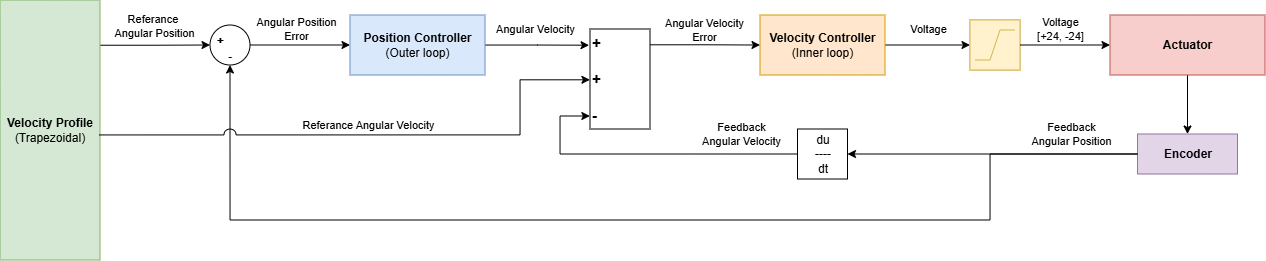
This is DrawIO/Cascade.png from Logical05/Studio_1_DoF, a draw.io export, as it was before one commit. Source tidied: cells renumbered, new cells last; positions are measured from the earlier drawing's top-left corner, leaving out a move shared by most shapes.
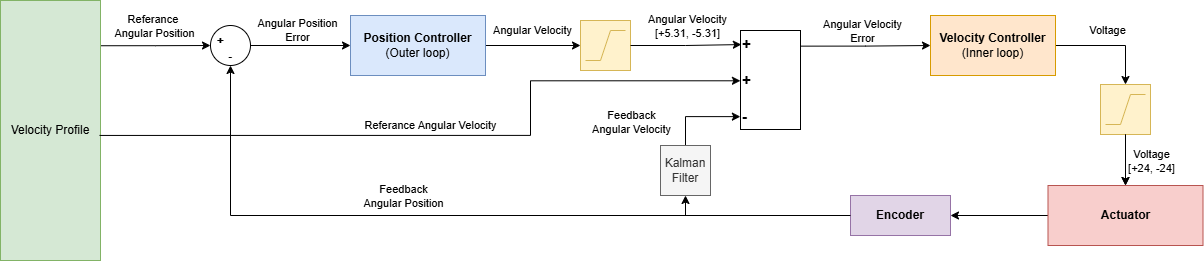
The same diagram one commit later.

The edit, as a diff of the source:
```diff
@@ -10,7 +10,7 @@
         <mxPoint x="14" y="-21" as="offset" />
       </mxGeometry>
     </mxCell>
-    <mxCell id="4" value="&lt;span style=&quot;background-color: transparent; color: light-dark(rgb(0, 0, 0), rgb(255, 255, 255));&quot;&gt;&lt;b&gt;Velocity Profile&lt;/b&gt; (Trapezoidal)&lt;/span&gt;" style="rounded=0;whiteSpace=wrap;html=1;fillColor=#d5e8d4;strokeColor=#82b366;" parent="1" vertex="1">
+    <mxCell id="4" value="Velocity Profile" style="rounded=0;whiteSpace=wrap;html=1;fillColor=#d5e8d4;strokeColor=#82b366;" parent="1" vertex="1">
       <mxGeometry width="100" height="260" as="geometry" />
     </mxCell>
     <mxCell id="5" style="edgeStyle=orthogonalEdgeStyle;rounded=0;jettySize=auto;html=1;" parent="1" edge="1" source="7" target="10">
@@ -24,7 +24,7 @@
     <mxCell id="7" value="+&lt;span style=&quot;white-space: pre;&quot;&gt;&#9;&lt;/span&gt;&lt;div&gt;-&lt;/div&gt;" style="ellipse;whiteSpace=wrap;html=1;verticalAlign=bottom;fontStyle=1;fontSize=12;labelPosition=center;verticalLabelPosition=middle;align=center;" parent="1" vertex="1">
       <mxGeometry x="210" y="25" width="40" height="40" as="geometry" />
     </mxCell>
-    <mxCell id="8" style="edgeStyle=orthogonalEdgeStyle;rounded=0;jettySize=auto;html=1;entryX=-0.016;entryY=0.162;entryDx=0;entryDy=0;entryPerimeter=0;" parent="1" edge="1" source="10" target="32">
+    <mxCell id="8" style="edgeStyle=orthogonalEdgeStyle;rounded=0;jettySize=auto;html=1;entryX=0;entryY=0.5;entryDx=0;entryDy=0;" parent="1" edge="1" source="10" target="36">
       <mxGeometry relative="1" as="geometry" />
     </mxCell>
     <mxCell id="9" value="Angular&amp;nbsp;Velocity" style="edgeLabel;html=1;align=center;verticalAlign=middle;" parent="8" vertex="1">
@@ -44,7 +44,7 @@
       </mxGeometry>
     </mxCell>
     <mxCell id="13" value="&lt;b&gt;Velocity Controller&lt;/b&gt;&lt;div&gt;(Inner loop)&lt;b&gt;&lt;/b&gt;&lt;/div&gt;" style="rounded=0;whiteSpace=wrap;html=1;fillColor=#ffe6cc;strokeColor=#d79b00;" parent="1" vertex="1">
-      <mxGeometry x="760" y="15" width="125" height="60" as="geometry" />
+      <mxGeometry x="930" y="15" width="125" height="60" as="geometry" />
     </mxCell>
     <mxCell id="14" style="edgeStyle=orthogonalEdgeStyle;rounded=0;jettySize=auto;html=1;exitX=0.981;exitY=0.158;exitDx=0;exitDy=0;exitPerimeter=0;" parent="1" edge="1" source="32" target="13">
       <mxGeometry relative="1" as="geometry" />
@@ -57,11 +57,8 @@
     <mxCell id="16" style="edgeStyle=orthogonalEdgeStyle;rounded=0;jettySize=auto;html=1;" parent="1" edge="1" source="17" target="26">
       <mxGeometry relative="1" as="geometry" />
     </mxCell>
-    <mxCell id="17" value="&lt;b&gt;Actuator&lt;/b&gt;" style="rounded=0;whiteSpace=wrap;html=1;fillColor=#f8cecc;strokeColor=#b85450;" parent="1" vertex="1">
-      <mxGeometry x="1110" y="15" width="155" height="60" as="geometry" />
-    </mxCell>
     <mxCell id="18" style="group;fillColor=#fff2cc;strokeColor=#d6b656;" parent="1" vertex="1">
-      <mxGeometry x="970" y="20" width="50" height="50" as="geometry" />
+      <mxGeometry x="1100" y="84" width="50" height="50" as="geometry" />
     </mxCell>
     <mxCell id="19" style="whiteSpace=wrap;html=1;fillColor=#fff2cc;strokeColor=#d6b656;" parent="18" vertex="1">
       <mxGeometry width="50" height="50" as="geometry" />
@@ -86,53 +83,35 @@
     </mxCell>
     <mxCell id="24" value="Voltage&lt;br&gt;[+24, -24]" style="edgeLabel;html=1;align=center;verticalAlign=middle;" parent="23" vertex="1">
       <mxGeometry x="-0.12" y="-2" relative="1" as="geometry">
-        <mxPoint y="-18" as="offset" />
+        <mxPoint x="27" y="3" as="offset" />
       </mxGeometry>
     </mxCell>
     <mxCell id="25" style="edgeStyle=orthogonalEdgeStyle;rounded=0;jettySize=auto;html=1;entryX=0.5;entryY=1;entryDx=0;entryDy=0;" parent="1" edge="1" source="26" target="29">
       <mxGeometry relative="1" as="geometry" />
     </mxCell>
     <mxCell id="26" value="&lt;b&gt;Encoder&lt;/b&gt;" style="rounded=0;whiteSpace=wrap;html=1;direction=west;fillColor=#e1d5e7;strokeColor=#9673a6;" parent="1" vertex="1">
-      <mxGeometry x="1137.5" y="134" width="100" height="40" as="geometry" />
+      <mxGeometry x="850" y="195" width="100" height="40" as="geometry" />
     </mxCell>
     <mxCell id="27" style="edgeStyle=orthogonalEdgeStyle;rounded=0;jettySize=auto;html=1;entryX=-0.002;entryY=0.87;entryDx=0;entryDy=0;entryPerimeter=0;" parent="1" edge="1" source="29" target="32">
       <mxGeometry relative="1" as="geometry">
         <Array as="points">
-          <mxPoint x="560" y="154" />
-          <mxPoint x="560" y="116" />
+          <mxPoint x="685" y="116" />
         </Array>
       </mxGeometry>
     </mxCell>
     <mxCell id="28" value="Feedback&lt;br&gt;Angular Velocity" style="edgeLabel;html=1;align=center;verticalAlign=middle;" parent="27" vertex="1">
       <mxGeometry x="-0.46" y="-3" relative="1" as="geometry">
-        <mxPoint x="25" y="-17" as="offset" />
+        <mxPoint x="-58" y="-2" as="offset" />
       </mxGeometry>
     </mxCell>
-    <mxCell id="29" value="du&lt;div&gt;----&lt;/div&gt;&lt;div&gt;dt&lt;/div&gt;" style="whiteSpace=wrap;html=1;direction=north;" parent="1" vertex="1">
-      <mxGeometry x="797.5" y="129" width="50" height="50" as="geometry" />
-    </mxCell>
-    <mxCell id="30" style="edgeStyle=orthogonalEdgeStyle;rounded=0;jettySize=auto;html=1;entryX=0.5;entryY=1;entryDx=0;entryDy=0;exitX=1;exitY=0.5;exitDx=0;exitDy=0;" parent="1" edge="1" source="26" target="7">
-      <mxGeometry relative="1" as="geometry">
-        <Array as="points">
-          <mxPoint x="990" y="154" />
-          <mxPoint x="990" y="220" />
-          <mxPoint x="230" y="220" />
-        </Array>
-      </mxGeometry>
-    </mxCell>
-    <mxCell id="31" value="Feedback&lt;br&gt;Angular Position" style="edgeLabel;html=1;align=center;verticalAlign=middle;" parent="30" vertex="1">
-      <mxGeometry x="-0.83" y="1" relative="1" as="geometry">
-        <mxPoint x="27" y="-21" as="offset" />
-      </mxGeometry>
-    </mxCell>
     <mxCell id="32" value="&lt;b&gt;&lt;font style=&quot;font-size: 15px;&quot;&gt;+&lt;/font&gt;&lt;/b&gt;&lt;div&gt;&lt;b&gt;&lt;font style=&quot;font-size: 15px;&quot;&gt;&lt;br&gt;&lt;/font&gt;&lt;/b&gt;&lt;/div&gt;&lt;div&gt;&lt;b&gt;&lt;font style=&quot;font-size: 15px;&quot;&gt;+&lt;/font&gt;&lt;/b&gt;&lt;/div&gt;&lt;div&gt;&lt;b&gt;&lt;font style=&quot;font-size: 15px;&quot;&gt;&lt;br&gt;&lt;/font&gt;&lt;/b&gt;&lt;/div&gt;&lt;div style=&quot;&quot;&gt;&lt;b&gt;&lt;font style=&quot;font-size: 15px;&quot;&gt;-&lt;/font&gt;&lt;/b&gt;&lt;/div&gt;" style="rounded=0;whiteSpace=wrap;html=1;align=left;" parent="1" vertex="1">
-      <mxGeometry x="590" y="29" width="60" height="100" as="geometry" />
+      <mxGeometry x="740" y="30" width="60" height="99" as="geometry" />
     </mxCell>
     <mxCell id="33" style="edgeStyle=orthogonalEdgeStyle;rounded=0;jettySize=auto;html=1;entryX=-0.001;entryY=0.508;entryDx=0;entryDy=0;jumpStyle=arc;jumpSize=12;entryPerimeter=0;exitX=0.99;exitY=0.519;exitDx=0;exitDy=0;exitPerimeter=0;" parent="1" edge="1" source="4" target="32">
       <mxGeometry relative="1" as="geometry">
         <Array as="points">
-          <mxPoint x="520" y="135" />
-          <mxPoint x="520" y="80" />
+          <mxPoint x="530" y="135" />
+          <mxPoint x="530" y="80" />
         </Array>
       </mxGeometry>
     </mxCell>
@@ -141,5 +120,55 @@
         <mxPoint x="40" y="-10" as="offset" />
       </mxGeometry>
     </mxCell>
+    <mxCell id="35" style="group;fillColor=#fff2cc;strokeColor=#d6b656;" parent="1" vertex="1">
+      <mxGeometry x="580" y="20" width="50" height="50" as="geometry" />
+    </mxCell>
+    <mxCell id="36" style="whiteSpace=wrap;html=1;fillColor=#fff2cc;strokeColor=#d6b656;" parent="35" vertex="1">
+      <mxGeometry width="50" height="50" as="geometry" />
+    </mxCell>
+    <mxCell id="37" style="endArrow=none;html=1;rounded=0;entryX=0.5;entryY=0.8;entryDx=0;entryDy=0;entryPerimeter=0;exitX=0.2;exitY=0.8;exitDx=0;exitDy=0;exitPerimeter=0;fillColor=#fff2cc;strokeColor=#d6b656;" parent="35" edge="1">
+      <mxGeometry relative="1" as="geometry">
+        <mxPoint x="5" y="40" as="sourcePoint" />
+        <mxPoint x="20" y="40" as="targetPoint" />
+      </mxGeometry>
+    </mxCell>
+    <mxCell id="38" style="endArrow=none;html=1;rounded=0;entryX=0.6;entryY=0.2;entryDx=0;entryDy=0;entryPerimeter=0;exitX=0.4;exitY=0.8;exitDx=0;exitDy=0;exitPerimeter=0;fillColor=#fff2cc;strokeColor=#d6b656;" parent="35" edge="1" source="36" target="36">
+      <mxGeometry relative="1" as="geometry" />
+    </mxCell>
+    <mxCell id="39" style="endArrow=none;html=1;rounded=0;entryX=0.5;entryY=0.8;entryDx=0;entryDy=0;entryPerimeter=0;exitX=0.2;exitY=0.8;exitDx=0;exitDy=0;exitPerimeter=0;fillColor=#fff2cc;strokeColor=#d6b656;" parent="35" edge="1">
+      <mxGeometry relative="1" as="geometry">
+        <mxPoint x="30" y="10" as="sourcePoint" />
+        <mxPoint x="45" y="10" as="targetPoint" />
+      </mxGeometry>
+    </mxCell>
+    <mxCell id="40" style="edgeStyle=orthogonalEdgeStyle;rounded=0;jettySize=auto;html=1;entryX=0.014;entryY=0.142;entryDx=0;entryDy=0;entryPerimeter=0;" parent="1" edge="1" source="36" target="32">
+      <mxGeometry relative="1" as="geometry" />
+    </mxCell>
+    <mxCell id="41" value="Angular Velocity&lt;div&gt;[+5.31, -5.31]&lt;/div&gt;" style="edgeLabel;html=1;align=center;verticalAlign=middle;" parent="40" vertex="1">
+      <mxGeometry x="0.19" relative="1" as="geometry">
+        <mxPoint x="-9" y="-19" as="offset" />
+      </mxGeometry>
+    </mxCell>
+    <mxCell id="42" style="edgeStyle=orthogonalEdgeStyle;rounded=0;jettySize=auto;html=1;" parent="1" edge="1" source="19" target="17">
+      <mxGeometry relative="1" as="geometry" />
+    </mxCell>
+    <mxCell id="17" value="&lt;b&gt;Actuator&lt;/b&gt;" style="rounded=0;whiteSpace=wrap;html=1;fillColor=#f8cecc;strokeColor=#b85450;" parent="1" vertex="1">
+      <mxGeometry x="1047.5" y="185" width="155" height="60" as="geometry" />
+    </mxCell>
+    <mxCell id="30" style="edgeStyle=orthogonalEdgeStyle;rounded=0;jettySize=auto;html=1;entryX=0.5;entryY=1;entryDx=0;entryDy=0;exitX=1;exitY=0.5;exitDx=0;exitDy=0;" parent="1" edge="1" source="26" target="7">
+      <mxGeometry relative="1" as="geometry">
+        <Array as="points">
+          <mxPoint x="230" y="215" />
+        </Array>
+      </mxGeometry>
+    </mxCell>
+    <mxCell id="31" value="Feedback&lt;br&gt;Angular Position" style="edgeLabel;html=1;align=center;verticalAlign=middle;" parent="30" vertex="1">
+      <mxGeometry x="-0.7" y="-5" relative="1" as="geometry">
+        <mxPoint x="-331" y="-15" as="offset" />
+      </mxGeometry>
+    </mxCell>
+    <mxCell id="29" value="Kalman Filter" style="whiteSpace=wrap;html=1;direction=east;fillColor=#f5f5f5;fontColor=#333333;strokeColor=#666666;" parent="1" vertex="1">
+      <mxGeometry x="660" y="145" width="50" height="50" as="geometry" />
+    </mxCell>
   </root>
 </mxGraphModel>
```
